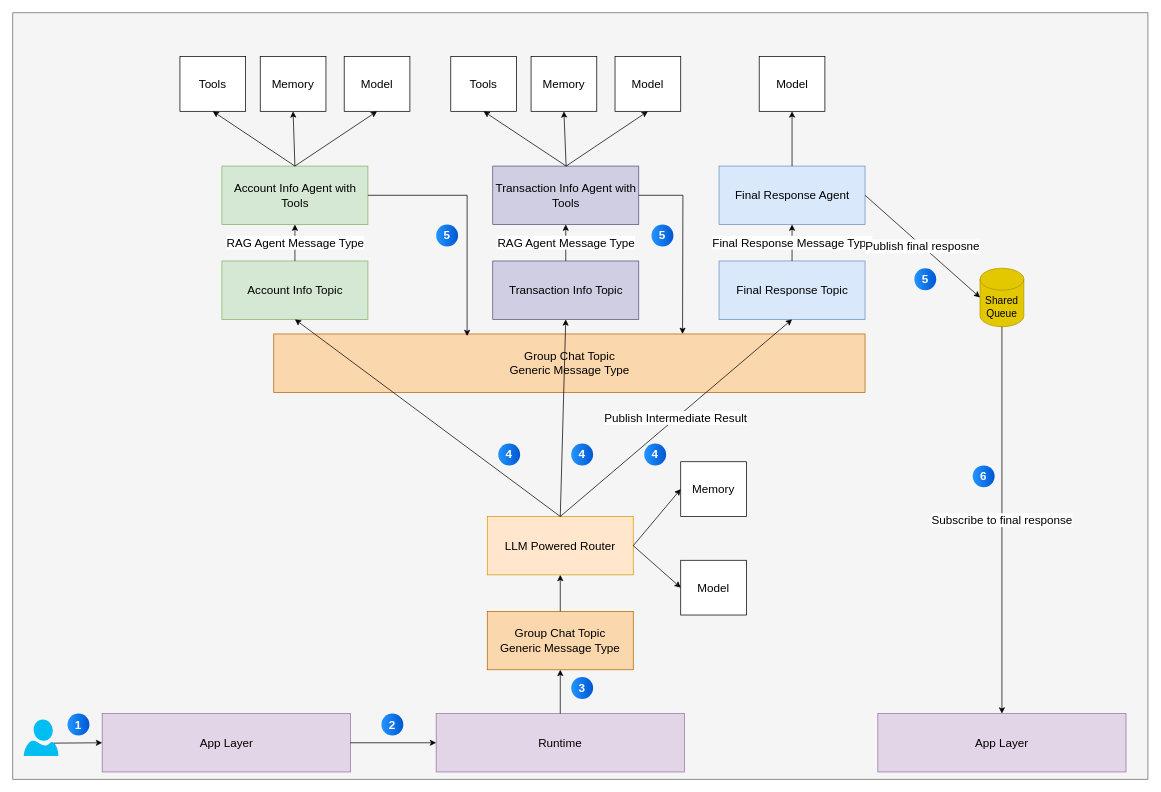
The draw.io diagram page "Group Chat Flow" (3 of 3) of Autogen Framework.drawio in anildwarepo/draw.io-artifacts, before the edit. Source tidied: cells renumbered, new cells numbered last; positions are measured from the earlier drawing's top-left corner, leaving out a move shared by most shapes. Both pictures are drawn from the tidied source at 73%, with x=0, y=0 at pixel (12, 12).
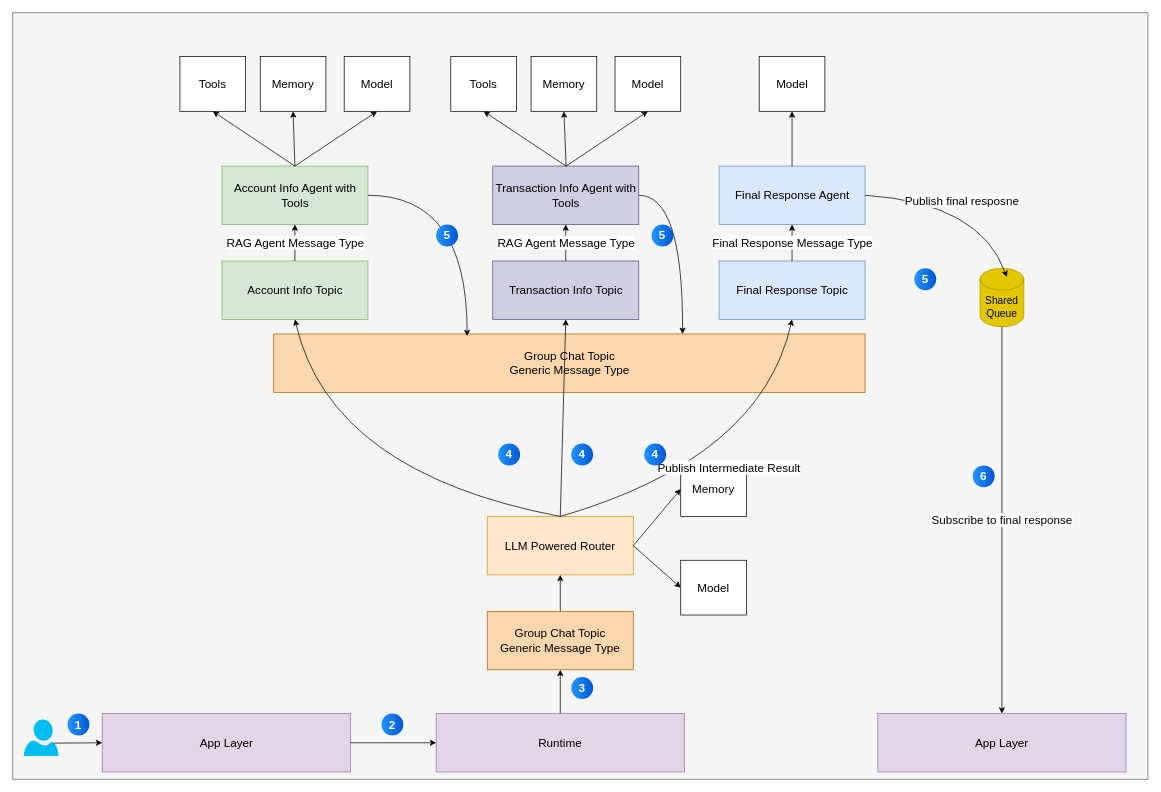
The same diagram, later.

The change refers to these unchanged cells:
```xml
<mxCell id="5" value="Account Info Agent with Tools" style="rounded=0;whiteSpace=wrap;html=1;fillColor=#d5e8d4;strokeColor=#82b366;fontSize=16;" parent="1" vertex="1">
  <mxGeometry x="286.5" y="210" width="200" height="80" as="geometry" />
</mxCell>
<mxCell id="6" value="LLM Powered Router" style="rounded=0;whiteSpace=wrap;html=1;fillColor=#ffe6cc;strokeColor=#d79b00;fontSize=16;" parent="1" vertex="1">
  <mxGeometry x="650" y="690" width="200" height="80" as="geometry" />
</mxCell>
<mxCell id="9" value="Final Response Agent" style="rounded=0;whiteSpace=wrap;html=1;fillColor=#dae8fc;strokeColor=#6c8ebf;fontSize=16;" parent="1" vertex="1">
  <mxGeometry x="967.5" y="210" width="200" height="80" as="geometry" />
</mxCell>
<mxCell id="10" value="Final Response Topic" style="rounded=0;whiteSpace=wrap;html=1;fillColor=#dae8fc;strokeColor=#6c8ebf;fontSize=16;" parent="1" vertex="1">
  <mxGeometry x="967.5" y="340" width="200" height="80" as="geometry" />
</mxCell>
<mxCell id="16" value="Account Info Topic" style="rounded=0;whiteSpace=wrap;html=1;fillColor=#d5e8d4;strokeColor=#82b366;fontSize=16;" parent="1" vertex="1">
  <mxGeometry x="286.5" y="340" width="200" height="80" as="geometry" />
</mxCell>
<mxCell id="18" value="Shared Queue" style="shape=cylinder3;whiteSpace=wrap;html=1;boundedLbl=1;backgroundOutline=1;size=15;fillColor=#e3c800;strokeColor=#B09500;fontColor=#000000;fontSize=14;" parent="1" vertex="1">
  <mxGeometry x="1325" y="350" width="60" height="80" as="geometry" />
</mxCell>
<mxCell id="25" value="Transaction Info Agent with Tools" style="rounded=0;whiteSpace=wrap;html=1;fillColor=#d0cee2;strokeColor=#56517e;fontSize=16;" parent="1" vertex="1">
  <mxGeometry x="657.5" y="210" width="200" height="80" as="geometry" />
</mxCell>
<mxCell id="28" value="Group Chat Topic&lt;div&gt;Generic Message Type&lt;/div&gt;" style="rounded=0;whiteSpace=wrap;html=1;fillColor=#fad7ac;strokeColor=#b46504;fontSize=16;" parent="1" vertex="1">
  <mxGeometry x="357.5" y="440" width="810" height="80" as="geometry" />
</mxCell>
```

The edit, as a diff of the source:
```diff
@@
-    <mxCell id="20" value="Publish final resposne" style="endArrow=classic;html=1;rounded=0;exitX=1;exitY=0.5;exitDx=0;exitDy=0;entryX=0;entryY=0.5;entryDx=0;entryDy=0;entryPerimeter=0;fontSize=16;" parent="1" edge="1" source="9" target="18">
-      <mxGeometry relative="1" as="geometry" />
+    <mxCell id="20" value="Publish final resposne" style="endArrow=classic;html=1;rounded=0;exitX=1;exitY=0.5;exitDx=0;exitDy=0;entryX=0.611;entryY=0.15;entryDx=0;entryDy=0;entryPerimeter=0;fontSize=16;curved=1;" parent="1" edge="1" source="9" target="18">
+      <mxGeometry relative="1" as="geometry">
+        <Array as="points">
+          <mxPoint x="1325" y="260" />
+        </Array>
+      </mxGeometry>
     </mxCell>
@@
-    <mxCell id="29" style="endArrow=classic;html=1;rounded=0;exitX=1;exitY=0.5;exitDx=0;exitDy=0;entryX=0.327;entryY=0.036;entryDx=0;entryDy=0;entryPerimeter=0;edgeStyle=orthogonalEdgeStyle;" parent="1" edge="1" source="5" target="28">
+    <mxCell id="29" style="endArrow=classic;html=1;rounded=0;exitX=1;exitY=0.5;exitDx=0;exitDy=0;entryX=0.327;entryY=0.036;entryDx=0;entryDy=0;entryPerimeter=0;edgeStyle=orthogonalEdgeStyle;curved=1;" parent="1" edge="1" source="5" target="28">
       <mxGeometry relative="1" as="geometry" />
     </mxCell>
-    <mxCell id="30" style="endArrow=classic;html=1;rounded=0;exitX=1;exitY=0.5;exitDx=0;exitDy=0;entryX=0.327;entryY=0.036;entryDx=0;entryDy=0;entryPerimeter=0;edgeStyle=orthogonalEdgeStyle;" parent="1" edge="1" source="25">
+    <mxCell id="30" style="endArrow=classic;html=1;rounded=0;exitX=1;exitY=0.5;exitDx=0;exitDy=0;entryX=0.327;entryY=0.036;entryDx=0;entryDy=0;entryPerimeter=0;edgeStyle=orthogonalEdgeStyle;curved=1;" parent="1" edge="1" source="25">
       <mxGeometry relative="1" as="geometry">
         <mxPoint x="917.5" y="440" as="targetPoint" />
       </mxGeometry>
     </mxCell>
@@
-    <mxCell id="37" style="endArrow=classic;html=1;rounded=0;exitX=0.5;exitY=0;exitDx=0;exitDy=0;entryX=0.5;entryY=1;entryDx=0;entryDy=0;" parent="1" edge="1" source="6" target="16">
-      <mxGeometry relative="1" as="geometry" />
+    <mxCell id="37" style="endArrow=classic;html=1;rounded=0;exitX=0.5;exitY=0;exitDx=0;exitDy=0;entryX=0.5;entryY=1;entryDx=0;entryDy=0;curved=1;" parent="1" edge="1" source="6" target="16">
+      <mxGeometry relative="1" as="geometry">
+        <Array as="points">
+          <mxPoint x="435" y="630" />
+        </Array>
+      </mxGeometry>
     </mxCell>
@@
-    <mxCell id="39" value="&lt;font style=&quot;font-size: 16px;&quot;&gt;Publish Intermediate Result&lt;/font&gt;" style="endArrow=classic;html=1;rounded=0;exitX=0.5;exitY=0;exitDx=0;exitDy=0;entryX=0.5;entryY=1;entryDx=0;entryDy=0;" parent="1" edge="1" source="6" target="10">
-      <mxGeometry relative="1" as="geometry" />
+    <mxCell id="39" value="&lt;font style=&quot;font-size: 16px;&quot;&gt;Publish Intermediate Result&lt;/font&gt;" style="endArrow=classic;html=1;rounded=0;exitX=0.5;exitY=0;exitDx=0;exitDy=0;entryX=0.5;entryY=1;entryDx=0;entryDy=0;curved=1;" parent="1" edge="1" source="6" target="10">
+      <mxGeometry relative="1" as="geometry">
+        <Array as="points">
+          <mxPoint x="1025" y="610" />
+        </Array>
+      </mxGeometry>
     </mxCell>
```
